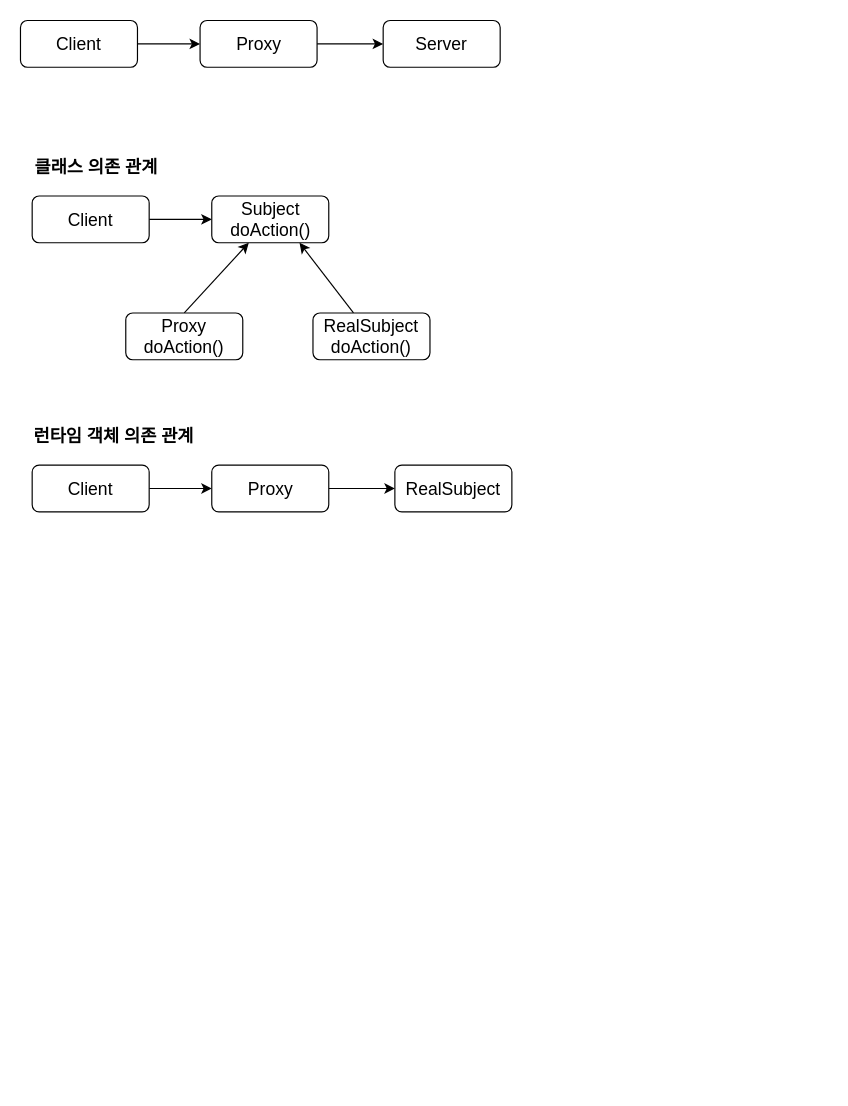
Above: proxy.drawio in corns90/drawio (draw.io), before the change. Source tidied: cells renumbered, new cells numbered last; positions are measured from the earlier drawing's top-left corner, leaving out a move shared by most shapes. Both pictures are drawn from the tidied source at 117%, with x=0, y=0 at pixel (20, 20).
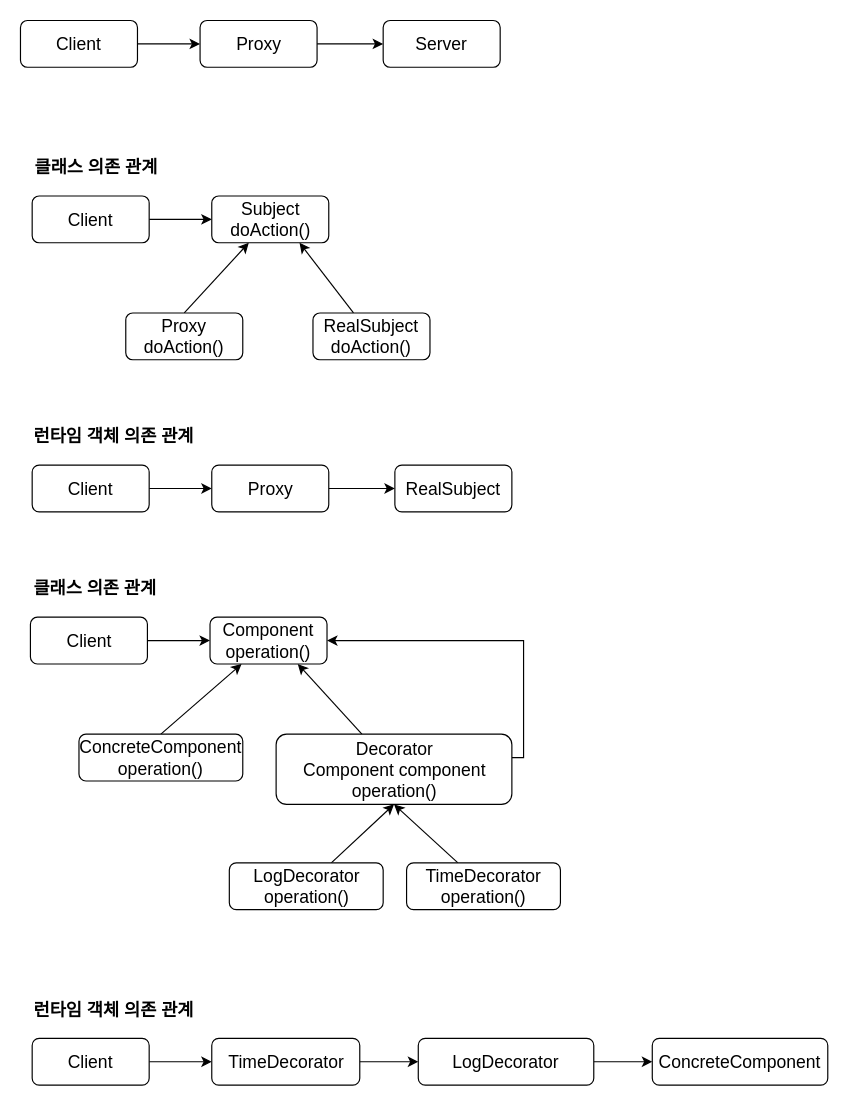
Above is the later version.

Change to the diagram source:
```diff
@@
+    <mxCell id="21" style="edgeStyle=orthogonalEdgeStyle;rounded=0;jettySize=auto;html=1;fontSize=15;" parent="1" edge="1" source="22" target="23">
+      <mxGeometry relative="1" as="geometry" />
+    </mxCell>
+    <mxCell id="22" value="&lt;font style=&quot;font-size: 15px;&quot;&gt;Client&lt;/font&gt;" style="rounded=1;whiteSpace=wrap;html=1;" parent="1" vertex="1">
+      <mxGeometry x="8.5" y="510" width="100" height="40" as="geometry" />
+    </mxCell>
+    <mxCell id="23" value="&lt;font style=&quot;font-size: 15px;&quot;&gt;Component&lt;br&gt;operation()&lt;br&gt;&lt;/font&gt;" style="rounded=1;whiteSpace=wrap;html=1;" parent="1" vertex="1">
+      <mxGeometry x="162" y="510" width="100" height="40" as="geometry" />
+    </mxCell>
+    <mxCell id="24" style="jettySize=auto;html=1;exitX=0.5;exitY=0;exitDx=0;exitDy=0;fontSize=15;strokeColor=default;rounded=0;" parent="1" edge="1" source="25" target="23">
+      <mxGeometry relative="1" as="geometry" />
+    </mxCell>
+    <mxCell id="25" value="&lt;font style=&quot;font-size: 15px;&quot;&gt;ConcreteComponent&lt;br&gt;operation()&lt;br&gt;&lt;/font&gt;" style="rounded=1;whiteSpace=wrap;html=1;" parent="1" vertex="1">
+      <mxGeometry x="50" y="610" width="140" height="40" as="geometry" />
+    </mxCell>
+    <mxCell id="26" style="edgeStyle=none;rounded=0;jettySize=auto;html=1;entryX=0.75;entryY=1;entryDx=0;entryDy=0;strokeColor=default;fontSize=15;" parent="1" edge="1" source="28" target="23">
+      <mxGeometry relative="1" as="geometry" />
+    </mxCell>
+    <mxCell id="27" style="edgeStyle=orthogonalEdgeStyle;rounded=0;jettySize=auto;html=1;entryX=1;entryY=0.5;entryDx=0;entryDy=0;" parent="1" edge="1" source="28" target="23">
+      <mxGeometry relative="1" as="geometry">
+        <Array as="points">
+          <mxPoint x="430" y="630" />
+          <mxPoint x="430" y="530" />
+        </Array>
+      </mxGeometry>
+    </mxCell>
+    <mxCell id="28" value="&lt;font style=&quot;font-size: 15px;&quot;&gt;Decorator&lt;br&gt;Component component&lt;br&gt;operation()&lt;br&gt;&lt;/font&gt;" style="rounded=1;whiteSpace=wrap;html=1;" parent="1" vertex="1">
+      <mxGeometry x="218.5" y="610" width="201.5" height="60" as="geometry" />
+    </mxCell>
+    <mxCell id="29" style="edgeStyle=orthogonalEdgeStyle;rounded=0;jettySize=auto;html=1;entryX=0;entryY=0.5;entryDx=0;entryDy=0;fontSize=15;" parent="1" edge="1" source="30" target="32">
+      <mxGeometry relative="1" as="geometry" />
+    </mxCell>
+    <mxCell id="30" value="&lt;font style=&quot;font-size: 15px;&quot;&gt;Client&lt;/font&gt;" style="rounded=1;whiteSpace=wrap;html=1;" parent="1" vertex="1">
+      <mxGeometry x="10" y="870" width="100" height="40" as="geometry" />
+    </mxCell>
+    <mxCell id="31" style="edgeStyle=orthogonalEdgeStyle;rounded=0;jettySize=auto;html=1;fontSize=15;" parent="1" edge="1" source="32" target="34">
+      <mxGeometry relative="1" as="geometry" />
+    </mxCell>
+    <mxCell id="32" value="&lt;font style=&quot;font-size: 15px;&quot;&gt;TimeDecorator&lt;/font&gt;" style="rounded=1;whiteSpace=wrap;html=1;" parent="1" vertex="1">
+      <mxGeometry x="163.5" y="870" width="126.5" height="40" as="geometry" />
+    </mxCell>
+    <mxCell id="33" style="edgeStyle=none;rounded=0;jettySize=auto;html=1;" parent="1" edge="1" source="34" target="41">
+      <mxGeometry relative="1" as="geometry" />
+    </mxCell>
+    <mxCell id="34" value="&lt;font style=&quot;font-size: 15px;&quot;&gt;LogDecorator&lt;/font&gt;" style="rounded=1;whiteSpace=wrap;html=1;" parent="1" vertex="1">
+      <mxGeometry x="340" y="870" width="150" height="40" as="geometry" />
+    </mxCell>
+    <mxCell id="35" value="&lt;b&gt;클래스 의존 관계&lt;/b&gt;" style="text;html=1;strokeColor=none;fillColor=none;align=center;verticalAlign=middle;whiteSpace=wrap;rounded=0;fontSize=15;" parent="1" vertex="1">
+      <mxGeometry x="8.5" y="470" width="110" height="30" as="geometry" />
+    </mxCell>
+    <mxCell id="36" value="&lt;b&gt;런타임 객체 의존 관계&lt;/b&gt;" style="text;html=1;strokeColor=none;fillColor=none;align=center;verticalAlign=middle;whiteSpace=wrap;rounded=0;fontSize=15;" parent="1" vertex="1">
+      <mxGeometry x="10" y="830" width="140" height="30" as="geometry" />
+    </mxCell>
+    <mxCell id="37" style="rounded=0;jettySize=auto;html=1;entryX=0.5;entryY=1;entryDx=0;entryDy=0;" parent="1" edge="1" source="38" target="28">
+      <mxGeometry relative="1" as="geometry" />
+    </mxCell>
+    <mxCell id="38" value="&lt;font style=&quot;font-size: 15px;&quot;&gt;LogDecorator&lt;br&gt;operation()&lt;br&gt;&lt;/font&gt;" style="rounded=1;whiteSpace=wrap;html=1;" parent="1" vertex="1">
+      <mxGeometry x="178.5" y="720" width="131.5" height="40" as="geometry" />
+    </mxCell>
+    <mxCell id="39" style="rounded=0;jettySize=auto;html=1;entryX=0.5;entryY=1;entryDx=0;entryDy=0;" parent="1" edge="1" source="40" target="28">
+      <mxGeometry relative="1" as="geometry" />
+    </mxCell>
+    <mxCell id="40" value="&lt;font style=&quot;font-size: 15px;&quot;&gt;TimeDecorator&lt;br&gt;operation()&lt;br&gt;&lt;/font&gt;" style="rounded=1;whiteSpace=wrap;html=1;" parent="1" vertex="1">
+      <mxGeometry x="330" y="720" width="131.5" height="40" as="geometry" />
+    </mxCell>
+    <mxCell id="41" value="&lt;font style=&quot;font-size: 15px;&quot;&gt;ConcreteComponent&lt;/font&gt;" style="rounded=1;whiteSpace=wrap;html=1;" parent="1" vertex="1">
+      <mxGeometry x="540" y="870" width="150" height="40" as="geometry" />
+    </mxCell>
```
